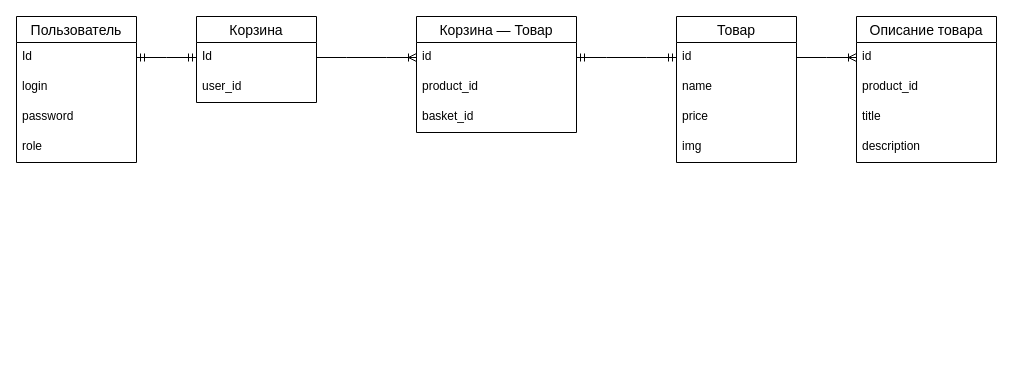
Arteminariy/shop keeps this draw.io diagram as схема.drawio. Above is the earlier version. Source tidied: cells renumbered, new cells numbered last; positions are measured from the earlier drawing's top-left corner, leaving out a move shared by most shapes. Both pictures are drawn from the tidied source at 100%, with x=0, y=0 at pixel (16, 16).
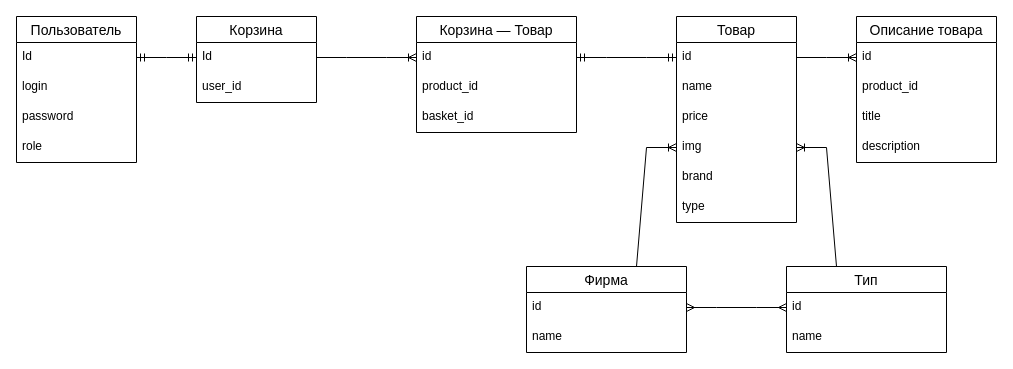
The same page after the edit.

Unchanged cells that the change refers to:
```xml
<mxCell id="15" value="img" style="text;strokeColor=none;fillColor=none;spacingLeft=4;spacingRight=4;overflow=hidden;points=[[0,0.5],[1,0.5]];portConstraint=eastwest;fontSize=12;" parent="11" vertex="1">
  <mxGeometry y="116" width="120" height="30" as="geometry" />
</mxCell>
```

Diff of the diagram source:
```diff
@@
     <mxCell id="11" value="Товар" style="swimlane;fontStyle=0;horizontal=1;startSize=26;align=center;fontSize=14;" parent="1" vertex="1">
-      <mxGeometry x="660" width="120" height="146" as="geometry" />
+      <mxGeometry x="660" width="120" height="206" as="geometry" />
     </mxCell>
@@
+    <mxCell id="28" value="brand" style="text;strokeColor=none;fillColor=none;spacingLeft=4;spacingRight=4;overflow=hidden;fontSize=12;" parent="11" vertex="1">
+      <mxGeometry y="146" width="120" height="30" as="geometry" />
+    </mxCell>
+    <mxCell id="29" value="type" style="text;strokeColor=none;fillColor=none;spacingLeft=4;spacingRight=4;overflow=hidden;fontSize=12;" parent="11" vertex="1">
+      <mxGeometry y="176" width="120" height="30" as="geometry" />
+    </mxCell>
@@
+    <mxCell id="30" value="Фирма" style="swimlane;fontStyle=0;horizontal=1;startSize=26;align=center;fontSize=14;" parent="1" vertex="1">
+      <mxGeometry x="510" y="250" width="160" height="86" as="geometry" />
+    </mxCell>
+    <mxCell id="31" value="id" style="text;strokeColor=none;fillColor=none;spacingLeft=4;spacingRight=4;overflow=hidden;points=[[0,0.5],[1,0.5]];portConstraint=eastwest;fontSize=12;" parent="30" vertex="1">
+      <mxGeometry y="26" width="160" height="30" as="geometry" />
+    </mxCell>
+    <mxCell id="32" value="name" style="text;strokeColor=none;fillColor=none;spacingLeft=4;spacingRight=4;overflow=hidden;fontSize=12;" parent="30" vertex="1">
+      <mxGeometry y="56" width="160" height="30" as="geometry" />
+    </mxCell>
+    <mxCell id="33" value="Тип" style="swimlane;fontStyle=0;horizontal=1;startSize=26;align=center;fontSize=14;" parent="1" vertex="1">
+      <mxGeometry x="770" y="250" width="160" height="86" as="geometry" />
+    </mxCell>
+    <mxCell id="34" value="id" style="text;strokeColor=none;fillColor=none;spacingLeft=4;spacingRight=4;overflow=hidden;points=[[0,0.5],[1,0.5]];portConstraint=eastwest;fontSize=12;" parent="33" vertex="1">
+      <mxGeometry y="26" width="160" height="30" as="geometry" />
+    </mxCell>
+    <mxCell id="35" value="name" style="text;strokeColor=none;fillColor=none;spacingLeft=4;spacingRight=4;overflow=hidden;fontSize=12;" parent="33" vertex="1">
+      <mxGeometry y="56" width="160" height="30" as="geometry" />
+    </mxCell>
+    <mxCell id="36" style="edgeStyle=entityRelationEdgeStyle;fontSize=12;html=1;endArrow=ERoneToMany;rounded=0;exitX=0.5;exitY=0;exitDx=0;exitDy=0;entryX=0;entryY=0.5;entryDx=0;entryDy=0;" parent="1" edge="1" source="30" target="15">
+      <mxGeometry relative="1" as="geometry" />
+    </mxCell>
+    <mxCell id="37" style="edgeStyle=entityRelationEdgeStyle;fontSize=12;html=1;endArrow=ERoneToMany;rounded=0;entryX=1;entryY=0.5;entryDx=0;entryDy=0;exitX=0.5;exitY=0;exitDx=0;exitDy=0;" parent="1" edge="1" source="33" target="15">
+      <mxGeometry relative="1" as="geometry" />
+    </mxCell>
+    <mxCell id="38" style="edgeStyle=entityRelationEdgeStyle;fontSize=12;html=1;endArrow=ERmany;startArrow=ERmany;rounded=0;entryX=0;entryY=0.5;entryDx=0;entryDy=0;exitX=1;exitY=0.5;exitDx=0;exitDy=0;" parent="1" edge="1" source="31" target="34">
+      <mxGeometry relative="1" as="geometry" />
+    </mxCell>
```
